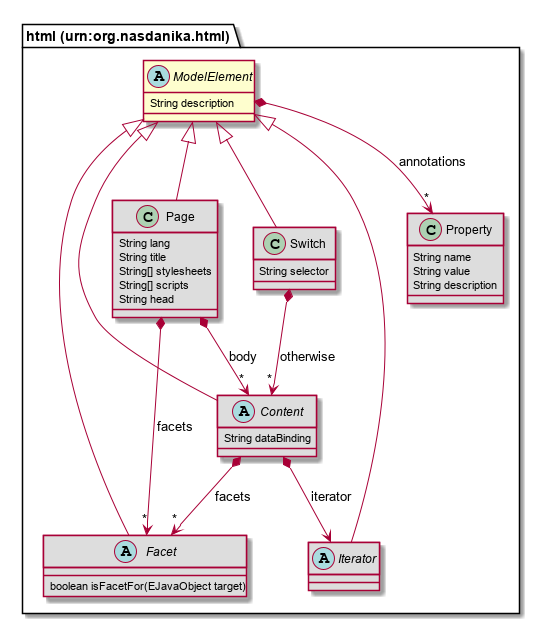
Earlier version of the PlantUML export repository/src/site/resources/model-doc/75726e3a6f72672e6e617364616e696b612e68746d6c/ModelElement.png (Nasdanika/html).
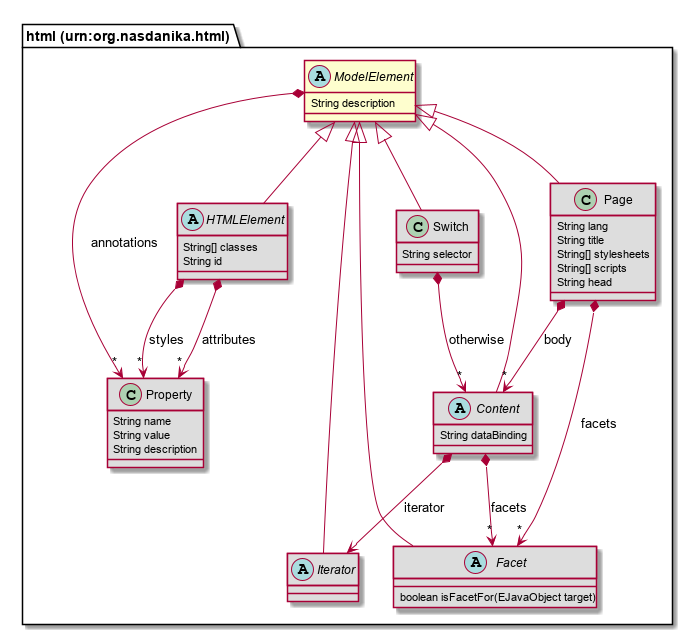
After the commit.

The edit, as a diff of the source:
```diff
@@ -2,11 +2,14 @@
 abstract class "html (urn:org.nasdanika.html).ModelElement" [[#router/doc-content/75726e3a6f72672e6e617364616e696b612e68746d6c/ModelElement.html{Base class for other model elements featuring description and properties.}]] {
 	String description
 }
-abstract class "html (urn:org.nasdanika.html).Facet" [[#router/doc-content/75726e3a6f72672e6e617364616e696b612e68746d6c/Facet.html{Model element facets customize elements for a specific purpose. }]] #DDDDDD {
-	boolean isFacetFor(EJavaObject target)
+abstract class "html (urn:org.nasdanika.html).HTMLElement" [[#router/doc-content/75726e3a6f72672e6e617364616e696b612e68746d6c/HTMLElement.html{Base class for HTML elements}]] #DDDDDD {
+	String[] classes
+	String id
 }
 abstract class "html (urn:org.nasdanika.html).Content" [[#router/doc-content/75726e3a6f72672e6e617364616e696b612e68746d6c/Content.html{Base class for content.}]] #DDDDDD {
 	String dataBinding
+}
+abstract class "html (urn:org.nasdanika.html).Iterator" [[#router/doc-content/75726e3a6f72672e6e617364616e696b612e68746d6c/Iterator.html{Iterator produces zero or more values. }]] #DDDDDD {
 }
 class "html (urn:org.nasdanika.html).Page" [[#router/doc-content/75726e3a6f72672e6e617364616e696b612e68746d6c/Page.html{HTML page containing other content.}]] #DDDDDD {
 	String lang
@@ -15,21 +18,25 @@
 	String[] scripts
 	String head
 }
-class "html (urn:org.nasdanika.html).Switch" [[#router/doc-content/75726e3a6f72672e6e617364616e696b612e68746d6c/Switch.html{Switch allows to select content of one of its cases of the default (otherwise) content based on a selector value matching on of the case values or not matching any value in which case the otherwise content will be selected, if it is present.}]] #DDDDDD {
-	String selector
-}
-abstract class "html (urn:org.nasdanika.html).Iterator" [[#router/doc-content/75726e3a6f72672e6e617364616e696b612e68746d6c/Iterator.html{Iterator produces zero or more values. }]] #DDDDDD {
-}
 class "html (urn:org.nasdanika.html).Property" [[#router/doc-content/75726e3a6f72672e6e617364616e696b612e68746d6c/Property.html{A generic name-value pair.}]] #DDDDDD {
 	String name
 	String value
 	String description
 }
-"html (urn:org.nasdanika.html).ModelElement" <|-- "html (urn:org.nasdanika.html).Facet"
+class "html (urn:org.nasdanika.html).Switch" [[#router/doc-content/75726e3a6f72672e6e617364616e696b612e68746d6c/Switch.html{Switch allows to select content of one of its cases of the default (otherwise) content based on a selector value matching on of the case values or not matching any value in which case the otherwise content will be selected, if it is present.}]] #DDDDDD {
+	String selector
+}
+abstract class "html (urn:org.nasdanika.html).Facet" [[#router/doc-content/75726e3a6f72672e6e617364616e696b612e68746d6c/Facet.html{Model element facets customize elements for a specific purpose. }]] #DDDDDD {
+	boolean isFacetFor(EJavaObject target)
+}
+"html (urn:org.nasdanika.html).ModelElement" <|-- "html (urn:org.nasdanika.html).HTMLElement"
 "html (urn:org.nasdanika.html).ModelElement" <|-- "html (urn:org.nasdanika.html).Content"
+"html (urn:org.nasdanika.html).ModelElement" <|-- "html (urn:org.nasdanika.html).Iterator"
 "html (urn:org.nasdanika.html).ModelElement" <|-- "html (urn:org.nasdanika.html).Page"
 "html (urn:org.nasdanika.html).ModelElement" <|-- "html (urn:org.nasdanika.html).Switch"
-"html (urn:org.nasdanika.html).ModelElement" <|-- "html (urn:org.nasdanika.html).Iterator"
+"html (urn:org.nasdanika.html).ModelElement" <|-- "html (urn:org.nasdanika.html).Facet"
+"html (urn:org.nasdanika.html).HTMLElement" *--> "*" "html (urn:org.nasdanika.html).Property" : attributes
+"html (urn:org.nasdanika.html).HTMLElement" *--> "*" "html (urn:org.nasdanika.html).Property" : styles
 "html (urn:org.nasdanika.html).Content" *--> "html (urn:org.nasdanika.html).Iterator" : iterator
 "html (urn:org.nasdanika.html).Content" *--> "*" "html (urn:org.nasdanika.html).Facet" : facets
 "html (urn:org.nasdanika.html).Page" *--> "*" "html (urn:org.nasdanika.html).Content" : body
```
